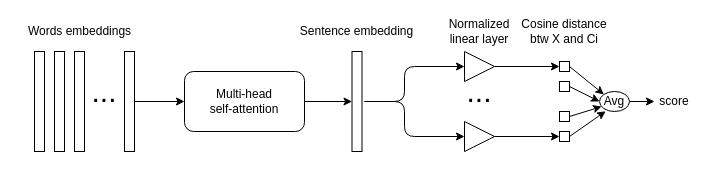
The draw.io diagram Untitled Diagram.drawio in cerisara/draws, before the edit. Source tidied: cells renumbered, new cells numbered last; positions are measured from the earlier drawing's top-left corner, leaving out a move shared by most shapes. Both pictures are drawn from the tidied source at 100%, with x=0, y=0 at pixel (16, 19).
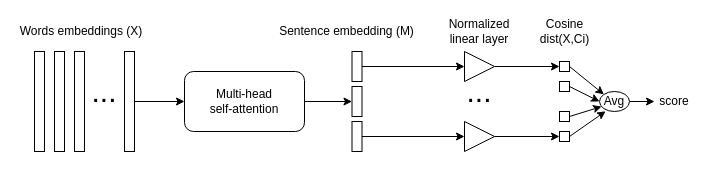
Above is the later version.

The change refers to these unchanged cells:
```xml
<mxCell id="13" style="triangle;whiteSpace=wrap;html=1;" parent="1" vertex="1">
  <mxGeometry x="448" y="32" width="30" height="30" as="geometry" />
</mxCell>
<mxCell id="17" style="triangle;whiteSpace=wrap;html=1;" parent="1" vertex="1">
  <mxGeometry x="448" y="102" width="30" height="30" as="geometry" />
</mxCell>
```

The edit, as a diff of the source:
```diff
@@
-    <mxCell id="6" value="Words embeddings" style="text;html=1;strokeColor=none;fillColor=none;align=center;verticalAlign=middle;whiteSpace=wrap;rounded=0;" parent="1" vertex="1">
-      <mxGeometry x="0.5" y="2" width="125" height="20" as="geometry" />
+    <mxCell id="6" value="Words embeddings (X)" style="text;html=1;strokeColor=none;fillColor=none;align=center;verticalAlign=middle;whiteSpace=wrap;rounded=0;" parent="1" vertex="1">
+      <mxGeometry x="0.5" y="2" width="127.5" height="20" as="geometry" />
     </mxCell>
     <mxCell id="7" style="rounded=0;whiteSpace=wrap;html=1;" parent="1" vertex="1">
-      <mxGeometry x="335.5" y="32" width="10" height="100" as="geometry" />
+      <mxGeometry x="335.5" y="67" width="10" height="30" as="geometry" />
     </mxCell>
@@
-    <mxCell id="11" value="Sentence embedding" style="text;html=1;strokeColor=none;fillColor=none;align=center;verticalAlign=middle;whiteSpace=wrap;rounded=0;" parent="1" vertex="1">
-      <mxGeometry x="278" y="2" width="125" height="20" as="geometry" />
+    <mxCell id="11" value="Sentence embedding (M)" style="text;html=1;strokeColor=none;fillColor=none;align=center;verticalAlign=middle;whiteSpace=wrap;rounded=0;" parent="1" vertex="1">
+      <mxGeometry x="258" y="2" width="145" height="20" as="geometry" />
     </mxCell>
-    <mxCell id="12" style="endArrow=classic;html=1;entryX=0.5;entryY=1;entryDx=0;entryDy=0;" parent="1" edge="1">
-      <mxGeometry relative="1" as="geometry">
-        <mxPoint x="348" y="82" as="sourcePoint" />
-        <mxPoint x="448" y="47" as="targetPoint" />
-        <Array as="points">
-          <mxPoint x="388" y="82" />
-          <mxPoint x="388" y="47" />
-        </Array>
-      </mxGeometry>
-    </mxCell>
@@
-    <mxCell id="15" value="&lt;div&gt;Cosine distance&lt;/div&gt;&lt;div&gt;btw X and Ci&lt;br&gt;&lt;/div&gt;" style="text;html=1;strokeColor=none;fillColor=none;align=center;verticalAlign=middle;whiteSpace=wrap;rounded=0;" parent="1" vertex="1">
-      <mxGeometry x="483" y="-0.5" width="130" height="25" as="geometry" />
+    <mxCell id="15" value="&lt;div&gt;Cosine&lt;/div&gt;&lt;div&gt;dist(X,Ci)&lt;/div&gt;" style="text;html=1;strokeColor=none;fillColor=none;align=center;verticalAlign=middle;whiteSpace=wrap;rounded=0;" parent="1" vertex="1">
+      <mxGeometry x="510.5" y="-0.5" width="75" height="25" as="geometry" />
     </mxCell>
@@
-    <mxCell id="19" style="endArrow=classic;html=1;entryX=0;entryY=0.5;entryDx=0;entryDy=0;" parent="1" edge="1" target="17">
-      <mxGeometry relative="1" as="geometry">
-        <mxPoint x="348" y="82" as="sourcePoint" />
-        <Array as="points">
-          <mxPoint x="388" y="82" />
-          <mxPoint x="388" y="117" />
-        </Array>
-      </mxGeometry>
-    </mxCell>
@@
+    <mxCell id="33" style="rounded=0;whiteSpace=wrap;html=1;" parent="1" vertex="1">
+      <mxGeometry x="335.5" y="32" width="10" height="30" as="geometry" />
+    </mxCell>
+    <mxCell id="34" style="rounded=0;whiteSpace=wrap;html=1;" parent="1" vertex="1">
+      <mxGeometry x="335.5" y="102" width="10" height="30" as="geometry" />
+    </mxCell>
+    <mxCell id="35" style="endArrow=classic;html=1;entryX=0;entryY=0.5;entryDx=0;entryDy=0;exitX=1;exitY=0.5;exitDx=0;exitDy=0;" parent="1" edge="1" source="33" target="13">
+      <mxGeometry relative="1" as="geometry" />
+    </mxCell>
+    <mxCell id="36" style="endArrow=classic;html=1;entryX=0;entryY=0.5;entryDx=0;entryDy=0;exitX=1;exitY=0.5;exitDx=0;exitDy=0;" parent="1" edge="1" source="34" target="17">
+      <mxGeometry relative="1" as="geometry" />
+    </mxCell>
```
